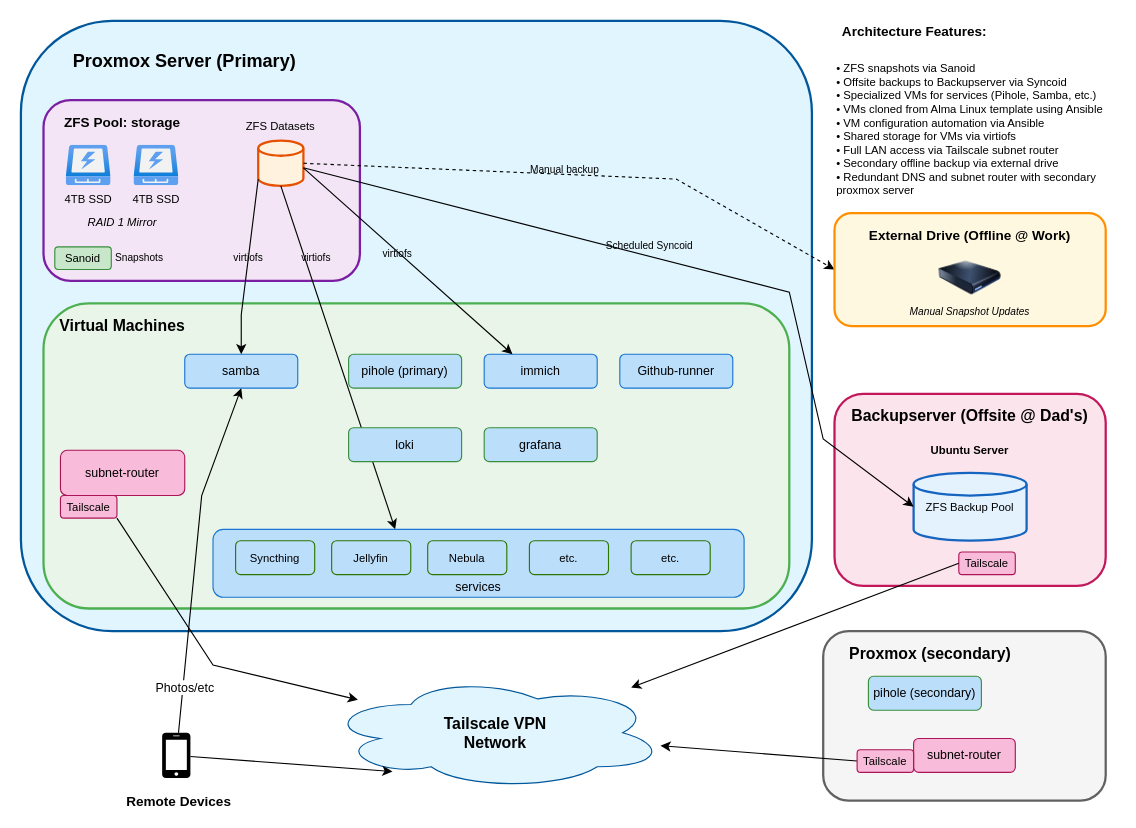
Earlier version of the draw.io diagram server-architecture.drawio (HakonSkogsrud/serversetup). Source tidied: cells renumbered, new cells numbered last; positions are measured from the earlier drawing's top-left corner, leaving out a move shared by most shapes. Both pictures are drawn from the tidied source at 113%, with x=0, y=0 at pixel (20, 20).
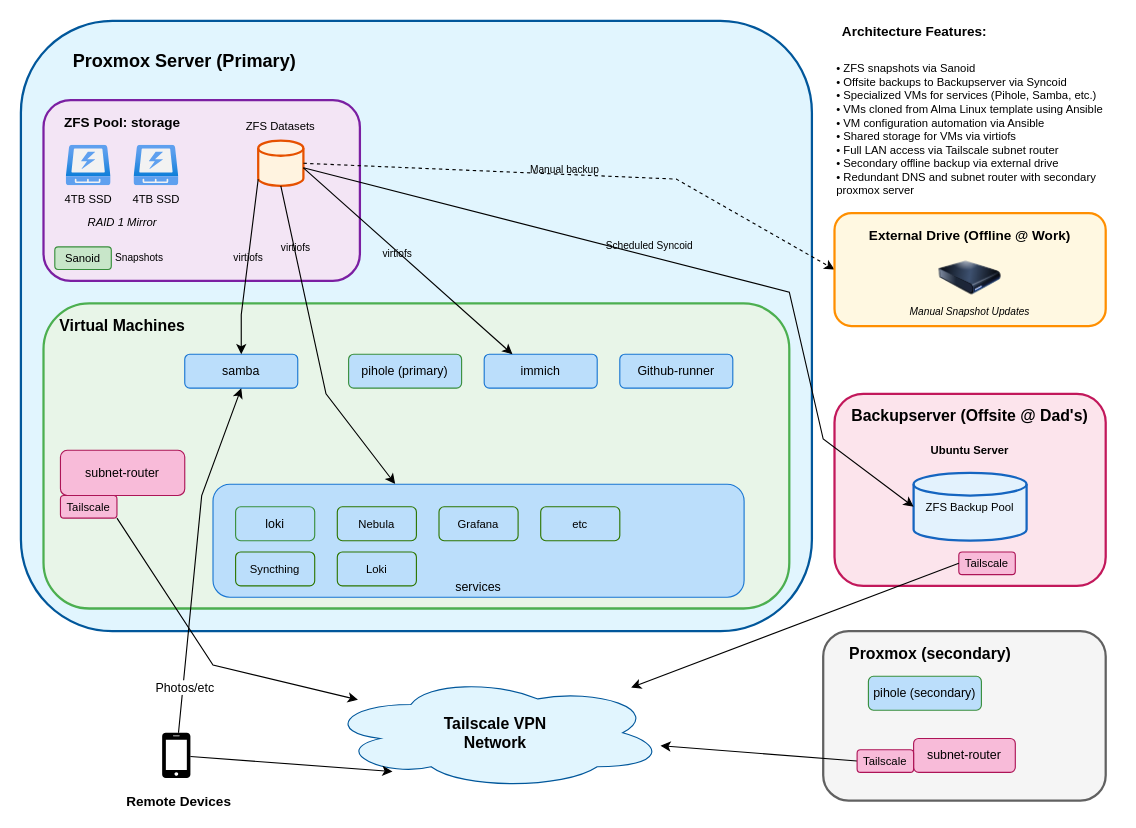
The same page after the edit.

Commit message (it also covers changes not shown here):
Updated architecture diagrams

The change refers to these unchanged cells:
```xml
<mxCell id="11" style="strokeWidth=2;html=1;shape=mxgraph.flowchart.database;whiteSpace=wrap;fillColor=#fff3e0;strokeColor=#e65100;" parent="1" vertex="1">
  <mxGeometry x="210" y="106" width="40" height="40" as="geometry" />
</mxCell>
<mxCell id="40" style="group;" parent="1" vertex="1">
  <mxGeometry x="170" y="430" width="470" height="80" as="geometry" />
</mxCell>
```

What changed in the source:
```diff
@@
     <mxCell id="31" style="endArrow=classic;html=1;rounded=0;exitX=0.5;exitY=1;exitDx=0;exitDy=0;strokeColor=#000000;entryX=0.343;entryY=-0.002;entryDx=0;entryDy=0;entryPerimeter=0;exitPerimeter=0;" parent="1" edge="1" source="11" target="41">
-      <mxGeometry relative="1" as="geometry" />
+      <mxGeometry relative="1" as="geometry">
+        <Array as="points">
+          <mxPoint x="270" y="330" />
+        </Array>
+      </mxGeometry>
     </mxCell>
@@
     <mxCell id="41" value="services" style="rounded=1;whiteSpace=wrap;html=1;fillColor=#bbdefb;strokeColor=#1976d2;fontSize=11;fontColor=#000000;verticalAlign=bottom;" parent="40" vertex="1">
-      <mxGeometry y="20" width="470" height="60" as="geometry" />
+      <mxGeometry y="-20" width="470" height="100" as="geometry" />
     </mxCell>
     <mxCell id="42" value="Syncthing" style="rounded=1;whiteSpace=wrap;html=1;fillColor=none;strokeColor=#2d7600;fontSize=10;fontColor=#000000;" parent="40" vertex="1">
-      <mxGeometry x="20" y="30" width="70" height="30" as="geometry" />
+      <mxGeometry x="20" y="40" width="70" height="30" as="geometry" />
     </mxCell>
-    <mxCell id="43" value="Jellyfin" style="rounded=1;whiteSpace=wrap;html=1;fillColor=none;strokeColor=#2d7600;fontSize=10;fontColor=#000000;" parent="40" vertex="1">
-      <mxGeometry x="105" y="30" width="70" height="30" as="geometry" />
-    </mxCell>
     <mxCell id="44" value="Nebula" style="rounded=1;whiteSpace=wrap;html=1;fillColor=none;strokeColor=#2d7600;fontSize=10;fontColor=#000000;" parent="40" vertex="1">
-      <mxGeometry x="190" y="30" width="70" height="30" as="geometry" />
+      <mxGeometry x="110" width="70" height="30" as="geometry" />
     </mxCell>
-    <mxCell id="45" value="etc." style="rounded=1;whiteSpace=wrap;html=1;fillColor=none;strokeColor=#2d7600;fontSize=10;fontColor=#000000;" parent="40" vertex="1">
-      <mxGeometry x="370" y="30" width="70" height="30" as="geometry" />
+    <mxCell id="45" value="Grafana" style="rounded=1;whiteSpace=wrap;html=1;fillColor=none;strokeColor=#2d7600;fontSize=10;fontColor=#000000;" parent="40" vertex="1">
+      <mxGeometry x="200" width="70" height="30" as="geometry" />
     </mxCell>
-    <mxCell id="46" value="etc." style="rounded=1;whiteSpace=wrap;html=1;fillColor=none;strokeColor=#2d7600;fontSize=10;fontColor=#000000;" parent="40" vertex="1">
-      <mxGeometry x="280" y="30" width="70" height="30" as="geometry" />
+    <mxCell id="46" value="Loki" style="rounded=1;whiteSpace=wrap;html=1;fillColor=none;strokeColor=#2d7600;fontSize=10;fontColor=#000000;" parent="40" vertex="1">
+      <mxGeometry x="110" y="40" width="70" height="30" as="geometry" />
     </mxCell>
+    <mxCell id="70" value="loki" style="rounded=1;whiteSpace=wrap;html=1;fillColor=#BBDEFB;strokeColor=#388e3c;fontSize=11;fontColor=#000000;" parent="40" vertex="1">
+      <mxGeometry x="20" width="70" height="30" as="geometry" />
+    </mxCell>
+    <mxCell id="72" value="etc" style="rounded=1;whiteSpace=wrap;html=1;fillColor=none;strokeColor=#2d7600;fontSize=10;fontColor=#000000;" parent="40" vertex="1">
+      <mxGeometry x="290" width="70" height="30" as="geometry" />
+    </mxCell>
@@
-    <mxCell id="70" value="loki" style="rounded=1;whiteSpace=wrap;html=1;fillColor=#BBDEFB;strokeColor=#388e3c;fontSize=11;fontColor=#000000;" parent="1" vertex="1">
-      <mxGeometry x="290" y="360" width="100" height="30" as="geometry" />
-    </mxCell>
-    <mxCell id="71" value="grafana" style="rounded=1;whiteSpace=wrap;html=1;fillColor=#BBDEFB;strokeColor=#388e3c;fontSize=11;fontColor=#000000;" parent="1" vertex="1">
-      <mxGeometry x="410" y="360" width="100" height="30" as="geometry" />
-    </mxCell>
```
